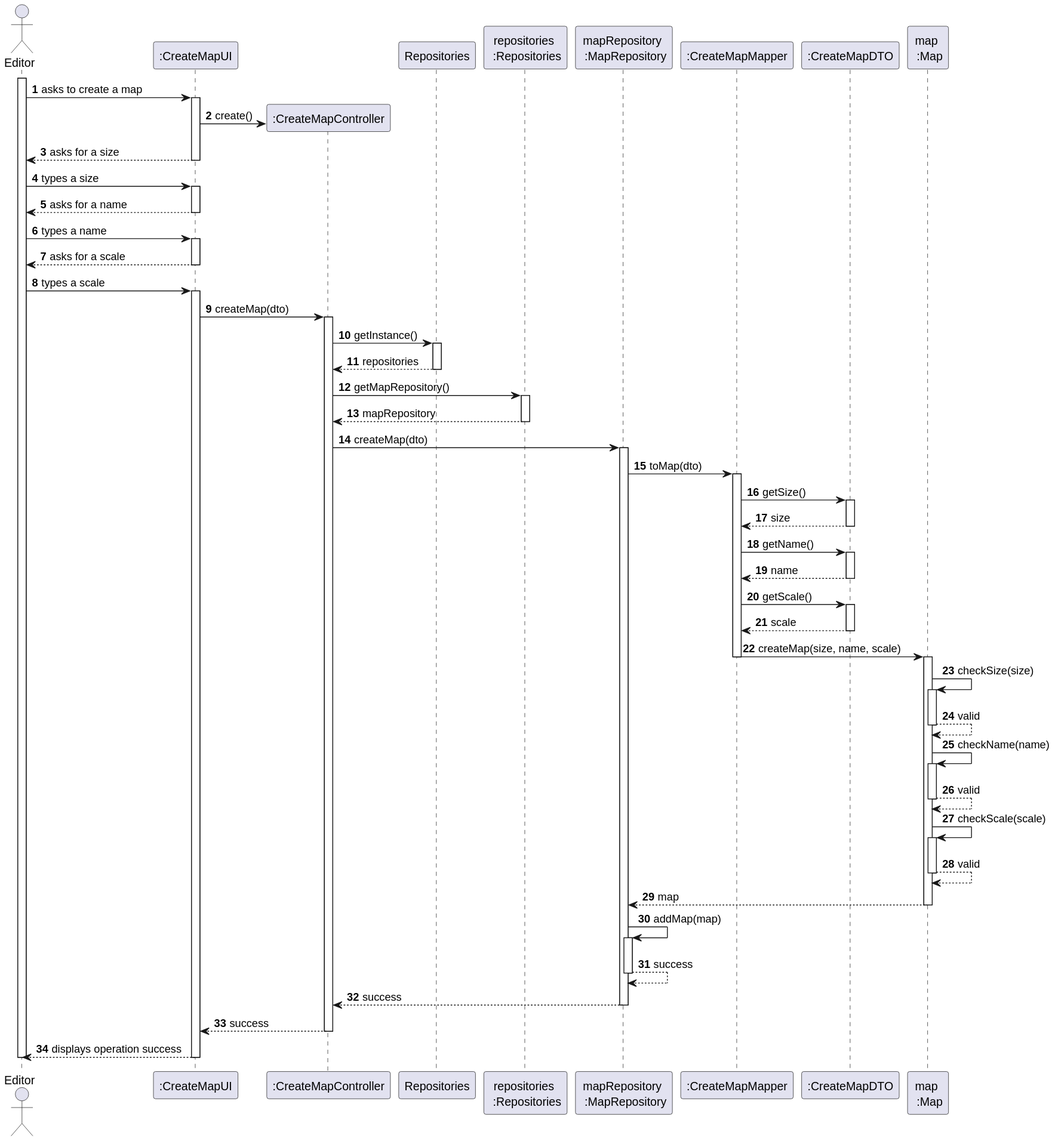
Before: Sprint3/US001/03.design/svg/US001-SD-full.svg, a diagram exported from PlantUML (1240935/pi2-railway-simulator).
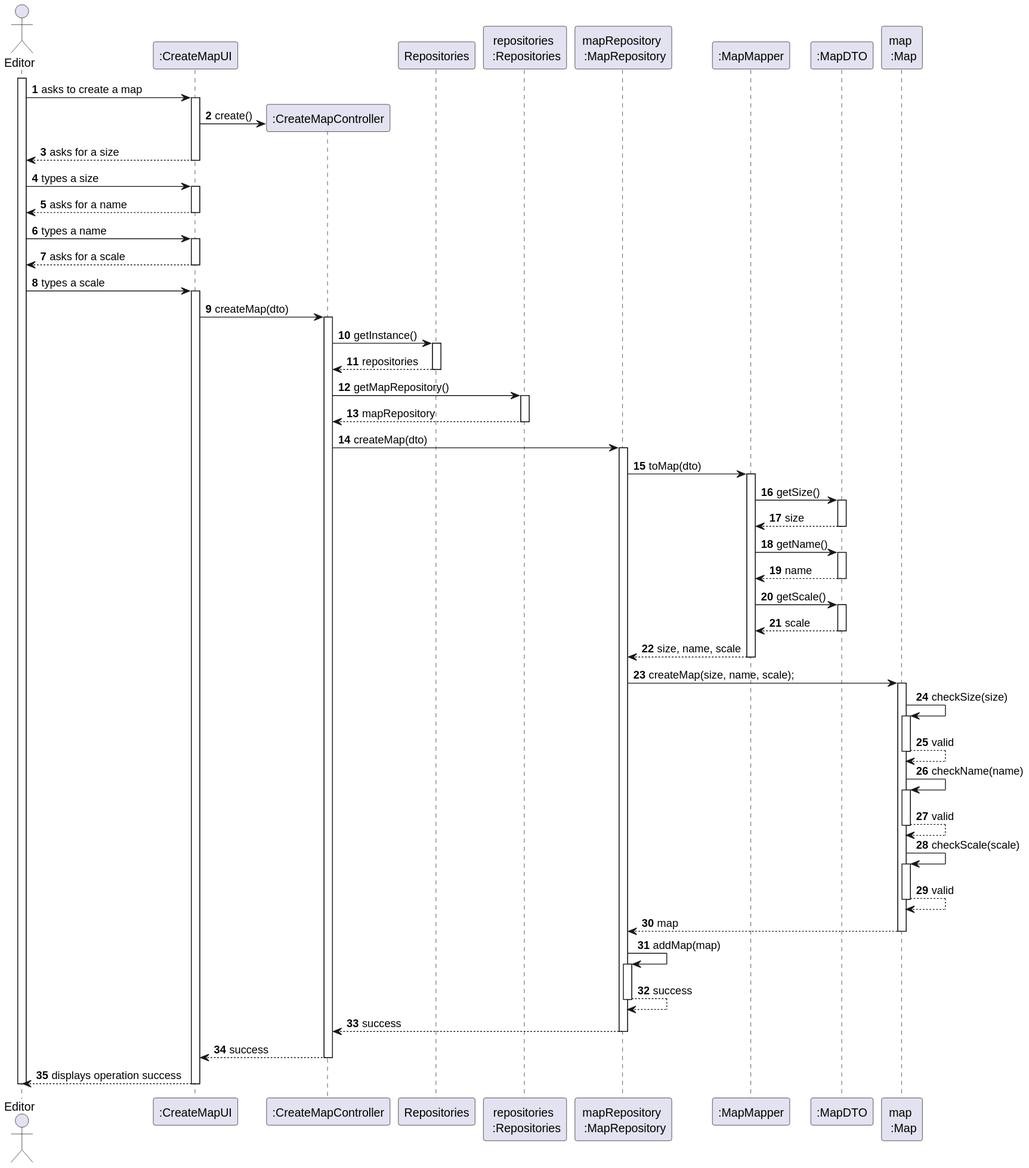
After the change.

Change to the diagram source:
```diff
@@ -11,8 +11,8 @@
 participant "Repositories" as REPOS
 participant "repositories \n :Repositories" as REPO_SINGLETON
 participant "mapRepository \n :MapRepository" as MAP_REPO
-participant ":CreateMapMapper" as MAPPER
-participant ":CreateMapDTO" as DTO
+participant ":MapMapper" as MAPPER
+participant ":MapDTO" as DTO
 participant "map \n :Map" as MAP
 
 activate EDITOR
@@ -73,8 +73,10 @@
 
 DTO --> MAPPER: scale
 deactivate DTO
-MAPPER -> MAP: createMap(size, name, scale)
-deactivate
+MAPPER --> MAP_REPO: size, name, scale
+deactivate MAPPER
+
+MAP_REPO -> MAP: createMap(size, name, scale);
     activate MAP
         MAP -> MAP : checkSize(size)
         activate MAP
```
